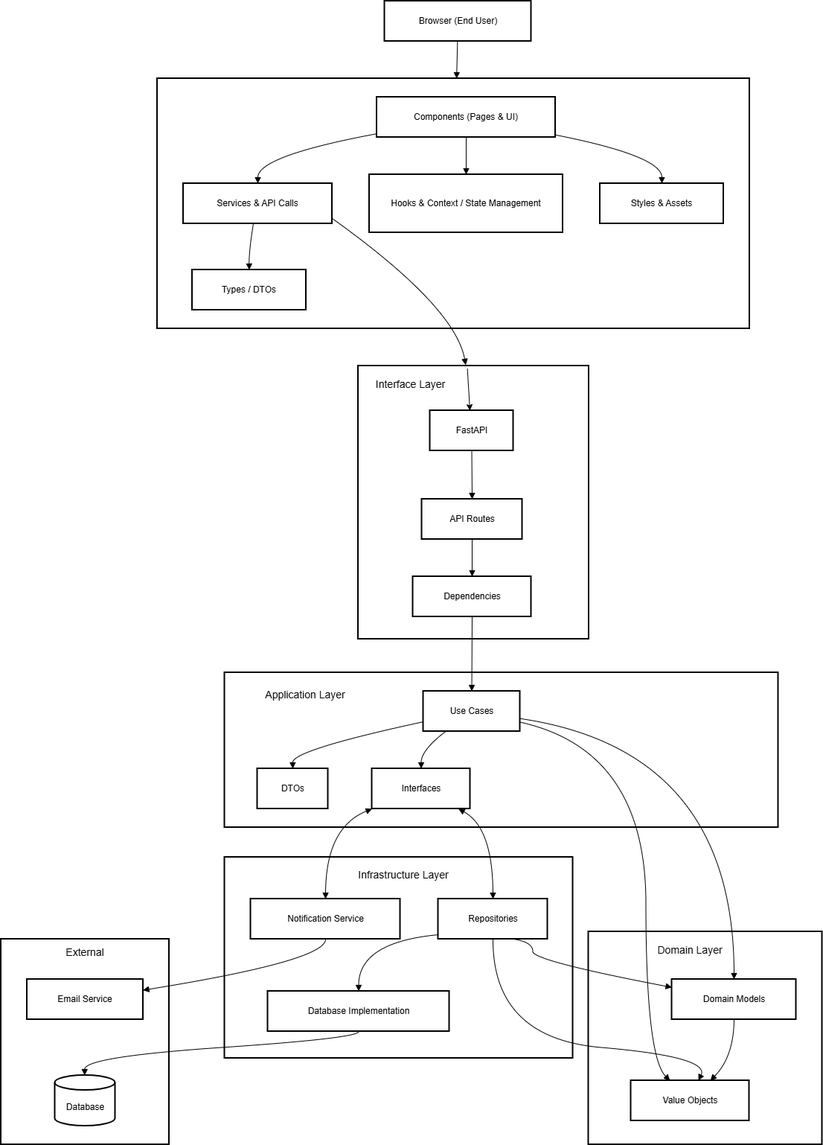
python-projects-fernando/ScheduleFlow keeps this draw.io diagram as docs/diagrams/architecture/scheduleflow-architecture-diagram.png. Above is the earlier version. Source tidied: cells renumbered, new cells last; positions are measured from the earlier drawing's top-left corner, leaving out a move shared by most shapes. Source of this version:
```xml
<mxGraphModel>
  <root>
    <mxCell id="0" />
    <mxCell id="1" parent="0" />
    <mxCell id="2" value="Frontend Application (React + Vite + TS)" style="whiteSpace=wrap;strokeWidth=2;" parent="1" vertex="1">
      <mxGeometry x="210" y="104" width="796" height="336" as="geometry" />
    </mxCell>
    <mxCell id="3" value="Browser (End User)" style="whiteSpace=wrap;strokeWidth=2;" parent="1" vertex="1">
      <mxGeometry x="515.5" width="197" height="54" as="geometry" />
    </mxCell>
    <mxCell id="4" value="Components (Pages &amp; UI)" style="whiteSpace=wrap;strokeWidth=2;" parent="1" vertex="1">
      <mxGeometry x="505" y="129" width="240" height="54" as="geometry" />
    </mxCell>
    <mxCell id="5" value="Services &amp; API Calls" style="whiteSpace=wrap;strokeWidth=2;" parent="1" vertex="1">
      <mxGeometry x="245" y="245" width="200" height="54" as="geometry" />
    </mxCell>
    <mxCell id="6" value="Hooks &amp; Context / State Management" style="whiteSpace=wrap;strokeWidth=2;" parent="1" vertex="1">
      <mxGeometry x="495" y="233" width="260" height="78" as="geometry" />
    </mxCell>
    <mxCell id="7" value="Types / DTOs" style="whiteSpace=wrap;strokeWidth=2;" parent="1" vertex="1">
      <mxGeometry x="257" y="361" width="153" height="54" as="geometry" />
    </mxCell>
    <mxCell id="8" value="Styles &amp; Assets" style="whiteSpace=wrap;strokeWidth=2;" parent="1" vertex="1">
      <mxGeometry x="805" y="245" width="166" height="54" as="geometry" />
    </mxCell>
    <mxCell id="9" style="curved=1;startArrow=none;endArrow=block;exitX=0;exitY=0.91;entryX=0.5;entryY=0;rounded=0;" parent="1" edge="1" source="4" target="5">
      <mxGeometry relative="1" as="geometry">
        <Array as="points">
          <mxPoint x="345" y="208" />
        </Array>
      </mxGeometry>
    </mxCell>
    <mxCell id="10" style="curved=1;startArrow=none;endArrow=block;exitX=0.5;exitY=1;entryX=0.5;entryY=0;rounded=0;" parent="1" edge="1" source="4" target="6">
      <mxGeometry relative="1" as="geometry" />
    </mxCell>
    <mxCell id="11" style="curved=1;startArrow=none;endArrow=block;exitX=1;exitY=0.94;entryX=0.5;entryY=0;rounded=0;" parent="1" edge="1" source="4" target="8">
      <mxGeometry relative="1" as="geometry">
        <Array as="points">
          <mxPoint x="888" y="208" />
        </Array>
      </mxGeometry>
    </mxCell>
    <mxCell id="12" style="curved=1;startArrow=none;endArrow=block;exitX=0.47;exitY=1;entryX=0.5;entryY=0;rounded=0;" parent="1" edge="1" source="5" target="7">
      <mxGeometry relative="1" as="geometry">
        <Array as="points">
          <mxPoint x="333" y="336" />
        </Array>
      </mxGeometry>
    </mxCell>
    <mxCell id="13" style="curved=1;startArrow=none;endArrow=block;exitX=1;exitY=0.87;rounded=0;entryX=0.466;entryY=-0.003;entryDx=0;entryDy=0;entryPerimeter=0;" parent="1" edge="1" source="5" target="18">
      <mxGeometry relative="1" as="geometry">
        <Array as="points">
          <mxPoint x="610" y="410" />
        </Array>
      </mxGeometry>
    </mxCell>
    <mxCell id="14" style="curved=1;startArrow=none;endArrow=block;rounded=0;" parent="1" edge="1" source="3" target="2">
      <mxGeometry relative="1" as="geometry" />
    </mxCell>
    <mxCell id="15" style="whiteSpace=wrap;strokeWidth=2;" parent="1" vertex="1">
      <mxGeometry x="789.5" y="1250" width="314" height="286" as="geometry" />
    </mxCell>
    <mxCell id="16" style="whiteSpace=wrap;strokeWidth=2;" parent="1" vertex="1">
      <mxGeometry x="300.5" y="1150" width="468" height="270" as="geometry" />
    </mxCell>
    <mxCell id="17" style="whiteSpace=wrap;strokeWidth=2;" parent="1" vertex="1">
      <mxGeometry x="300.5" y="902" width="744" height="208" as="geometry" />
    </mxCell>
    <mxCell id="18" value="Interface Layer" style="whiteSpace=wrap;strokeWidth=2;" parent="1" vertex="1">
      <mxGeometry x="480" y="490" width="310" height="367" as="geometry" />
    </mxCell>
    <mxCell id="19" style="whiteSpace=wrap;strokeWidth=2;" parent="1" vertex="1">
      <mxGeometry y="1260" width="226" height="276" as="geometry" />
    </mxCell>
    <mxCell id="20" value="Database" style="shape=cylinder3;boundedLbl=1;backgroundOutline=1;size=10;strokeWidth=2;whiteSpace=wrap;" parent="1" vertex="1">
      <mxGeometry x="72.5" y="1443" width="81" height="68" as="geometry" />
    </mxCell>
    <mxCell id="21" value="Email Service" style="whiteSpace=wrap;strokeWidth=2;" parent="1" vertex="1">
      <mxGeometry x="35" y="1314" width="156" height="54" as="geometry" />
    </mxCell>
    <mxCell id="22" value="FastAPI" style="whiteSpace=wrap;strokeWidth=2;" parent="1" vertex="1">
      <mxGeometry x="576.5" y="550" width="112" height="54" as="geometry" />
    </mxCell>
    <mxCell id="23" value="API Routes" style="whiteSpace=wrap;strokeWidth=2;" parent="1" vertex="1">
      <mxGeometry x="565.5" y="669" width="135" height="54" as="geometry" />
    </mxCell>
    <mxCell id="24" value="Dependencies" style="whiteSpace=wrap;strokeWidth=2;" parent="1" vertex="1">
      <mxGeometry x="553.5" y="773" width="159" height="54" as="geometry" />
    </mxCell>
    <mxCell id="25" value="Use Cases" style="whiteSpace=wrap;strokeWidth=2;" parent="1" vertex="1">
      <mxGeometry x="567.5" y="927" width="130" height="54" as="geometry" />
    </mxCell>
    <mxCell id="26" value="DTOs" style="whiteSpace=wrap;strokeWidth=2;" parent="1" vertex="1">
      <mxGeometry x="344.5" y="1031" width="95" height="54" as="geometry" />
    </mxCell>
    <mxCell id="27" value="Interfaces" style="whiteSpace=wrap;strokeWidth=2;" parent="1" vertex="1">
      <mxGeometry x="498.5" y="1031" width="132" height="54" as="geometry" />
    </mxCell>
    <mxCell id="28" value="Repositories" style="whiteSpace=wrap;strokeWidth=2;" parent="1" vertex="1">
      <mxGeometry x="587.5" y="1206" width="147" height="54" as="geometry" />
    </mxCell>
    <mxCell id="29" value="Database Implementation" style="whiteSpace=wrap;strokeWidth=2;" parent="1" vertex="1">
      <mxGeometry x="358.5" y="1330" width="244" height="54" as="geometry" />
    </mxCell>
    <mxCell id="30" value="Notification Service" style="whiteSpace=wrap;strokeWidth=2;" parent="1" vertex="1">
      <mxGeometry x="335.5" y="1206" width="201" height="54" as="geometry" />
    </mxCell>
    <mxCell id="31" value="Domain Models" style="whiteSpace=wrap;strokeWidth=2;" parent="1" vertex="1">
      <mxGeometry x="901.5" y="1314" width="167" height="54" as="geometry" />
    </mxCell>
    <mxCell id="32" value="Value Objects" style="whiteSpace=wrap;strokeWidth=2;" parent="1" vertex="1">
      <mxGeometry x="846.5" y="1450" width="159" height="54" as="geometry" />
    </mxCell>
    <mxCell id="33" style="curved=1;startArrow=none;endArrow=block;exitX=0.5;exitY=1;entryX=0.5;entryY=0;rounded=0;" parent="1" edge="1" source="22" target="23">
      <mxGeometry relative="1" as="geometry" />
    </mxCell>
    <mxCell id="34" style="curved=1;startArrow=none;endArrow=block;exitX=0.5;exitY=1;entryX=0.5;entryY=0;rounded=0;" parent="1" edge="1" source="23" target="24">
      <mxGeometry relative="1" as="geometry" />
    </mxCell>
    <mxCell id="35" style="curved=1;startArrow=none;endArrow=block;exitX=0.5;exitY=1;entryX=0.5;entryY=0;rounded=0;" parent="1" edge="1" source="24" target="25">
      <mxGeometry relative="1" as="geometry" />
    </mxCell>
    <mxCell id="36" style="curved=1;startArrow=none;endArrow=block;exitX=0;exitY=0.76;entryX=0.5;entryY=0;rounded=0;" parent="1" edge="1" source="25" target="26">
      <mxGeometry relative="1" as="geometry">
        <Array as="points">
          <mxPoint x="391.5" y="1006" />
        </Array>
      </mxGeometry>
    </mxCell>
    <mxCell id="37" style="curved=1;startArrow=none;endArrow=block;exitX=0.23;exitY=1;entryX=0.5;entryY=0;rounded=0;" parent="1" edge="1" source="25" target="27">
      <mxGeometry relative="1" as="geometry">
        <Array as="points">
          <mxPoint x="564.5" y="1006" />
        </Array>
      </mxGeometry>
    </mxCell>
    <mxCell id="38" style="curved=1;startArrow=block;endArrow=block;exitX=0.88;exitY=1;entryX=0.5;entryY=0;rounded=0;" parent="1" edge="1" source="27" target="28">
      <mxGeometry relative="1" as="geometry">
        <Array as="points">
          <mxPoint x="660.5" y="1110" />
        </Array>
      </mxGeometry>
    </mxCell>
    <mxCell id="39" style="curved=1;startArrow=block;endArrow=block;exitX=0;exitY=1;entryX=0.5;entryY=0;rounded=0;" parent="1" edge="1" source="27" target="30">
      <mxGeometry relative="1" as="geometry">
        <Array as="points">
          <mxPoint x="436.5" y="1110" />
        </Array>
      </mxGeometry>
    </mxCell>
    <mxCell id="40" style="curved=1;startArrow=none;endArrow=block;exitX=0;exitY=0.89;entryX=0.5;entryY=0;rounded=0;" parent="1" edge="1" source="28" target="29">
      <mxGeometry relative="1" as="geometry">
        <Array as="points">
          <mxPoint x="480.5" y="1264" />
        </Array>
      </mxGeometry>
    </mxCell>
    <mxCell id="41" style="curved=1;startArrow=none;endArrow=block;exitX=0.5;exitY=1;entryX=0.49;entryY=0;rounded=0;" parent="1" edge="1" source="29" target="20">
      <mxGeometry relative="1" as="geometry">
        <Array as="points">
          <mxPoint x="480.5" y="1393" />
          <mxPoint x="112.5" y="1418" />
        </Array>
      </mxGeometry>
    </mxCell>
    <mxCell id="42" style="curved=1;startArrow=none;endArrow=block;exitX=0.5;exitY=1;entryX=1;entryY=0.27;rounded=0;" parent="1" edge="1" source="30">
      <mxGeometry relative="1" as="geometry">
        <mxPoint x="190.5" y="1328.6" as="targetPoint" />
        <Array as="points">
          <mxPoint x="436.5" y="1289" />
        </Array>
      </mxGeometry>
    </mxCell>
    <mxCell id="43" style="curved=1;startArrow=none;endArrow=block;exitX=1;exitY=0.68;entryX=0.5;entryY=0;rounded=0;" parent="1" edge="1" source="25" target="31">
      <mxGeometry relative="1" as="geometry">
        <Array as="points">
          <mxPoint x="984.5" y="1006" />
        </Array>
      </mxGeometry>
    </mxCell>
    <mxCell id="44" style="curved=1;startArrow=none;endArrow=block;exitX=1;exitY=0.77;entryX=0.33;entryY=0;rounded=0;" parent="1" edge="1" source="25" target="32">
      <mxGeometry relative="1" as="geometry">
        <Array as="points">
          <mxPoint x="866.5" y="1006" />
          <mxPoint x="866.5" y="1418" />
        </Array>
      </mxGeometry>
    </mxCell>
    <mxCell id="45" style="curved=1;startArrow=none;endArrow=block;exitX=0.69;exitY=1;entryX=0;entryY=0.2;rounded=0;" parent="1" edge="1" source="28" target="31">
      <mxGeometry relative="1" as="geometry">
        <Array as="points">
          <mxPoint x="714.5" y="1264" />
          <mxPoint x="714.5" y="1289" />
        </Array>
      </mxGeometry>
    </mxCell>
    <mxCell id="46" style="curved=1;startArrow=none;endArrow=block;exitX=0.5;exitY=1;entryX=0.57;entryY=0;rounded=0;" parent="1" edge="1" source="28" target="32">
      <mxGeometry relative="1" as="geometry">
        <Array as="points">
          <mxPoint x="660.5" y="1393" />
          <mxPoint x="952.5" y="1418" />
        </Array>
      </mxGeometry>
    </mxCell>
    <mxCell id="47" style="curved=1;startArrow=none;endArrow=block;exitX=0.5;exitY=1;entryX=0.67;entryY=0;rounded=0;" parent="1" edge="1" source="31" target="32">
      <mxGeometry relative="1" as="geometry">
        <Array as="points">
          <mxPoint x="984.5" y="1418" />
        </Array>
      </mxGeometry>
    </mxCell>
    <mxCell id="48" value="&lt;font style=&quot;font-size: 14px;&quot;&gt;External&lt;/font&gt;&lt;div&gt;&lt;br&gt;&lt;/div&gt;" style="text;html=1;whiteSpace=wrap;strokeColor=none;fillColor=none;align=center;verticalAlign=middle;rounded=0;" parent="1" vertex="1">
      <mxGeometry x="83" y="1270" width="60" height="30" as="geometry" />
    </mxCell>
    <mxCell id="49" style="endArrow=classic;html=1;rounded=0;exitX=0.473;exitY=0.01;exitDx=0;exitDy=0;exitPerimeter=0;" parent="1" edge="1" source="18">
      <mxGeometry relative="1" as="geometry">
        <mxPoint x="630" y="550" as="targetPoint" />
      </mxGeometry>
    </mxCell>
    <mxCell id="50" value="&amp;nbsp; &amp;nbsp; &amp;nbsp; &amp;nbsp; &amp;nbsp; &amp;nbsp; &amp;nbsp; &amp;nbsp; &amp;nbsp; Infrastructure Layer" style="text;html=1;whiteSpace=wrap;strokeColor=none;fillColor=none;align=center;verticalAlign=middle;rounded=0;fontSize=14;" parent="1" vertex="1">
      <mxGeometry x="470" y="1150" width="142" height="30" as="geometry" />
    </mxCell>
    <mxCell id="51" value="Application Layer" style="text;html=1;whiteSpace=wrap;strokeColor=none;fillColor=none;align=center;verticalAlign=middle;rounded=0;fontSize=14;" parent="1" vertex="1">
      <mxGeometry x="335.5" y="927" width="145.5" height="10" as="geometry" />
    </mxCell>
    <mxCell id="52" value="Interface Layer" style="text;html=1;whiteSpace=wrap;strokeColor=none;fillColor=none;align=center;verticalAlign=middle;rounded=0;fontSize=14;" parent="1" vertex="1">
      <mxGeometry x="481" y="510" width="139" height="10" as="geometry" />
    </mxCell>
    <mxCell id="53" value="Domain Layer" style="text;html=1;whiteSpace=wrap;strokeColor=none;fillColor=none;align=center;verticalAlign=middle;rounded=0;fontSize=14;" parent="1" vertex="1">
      <mxGeometry x="855" y="1260" width="142" height="30" as="geometry" />
    </mxCell>
  </root>
</mxGraphModel>
```
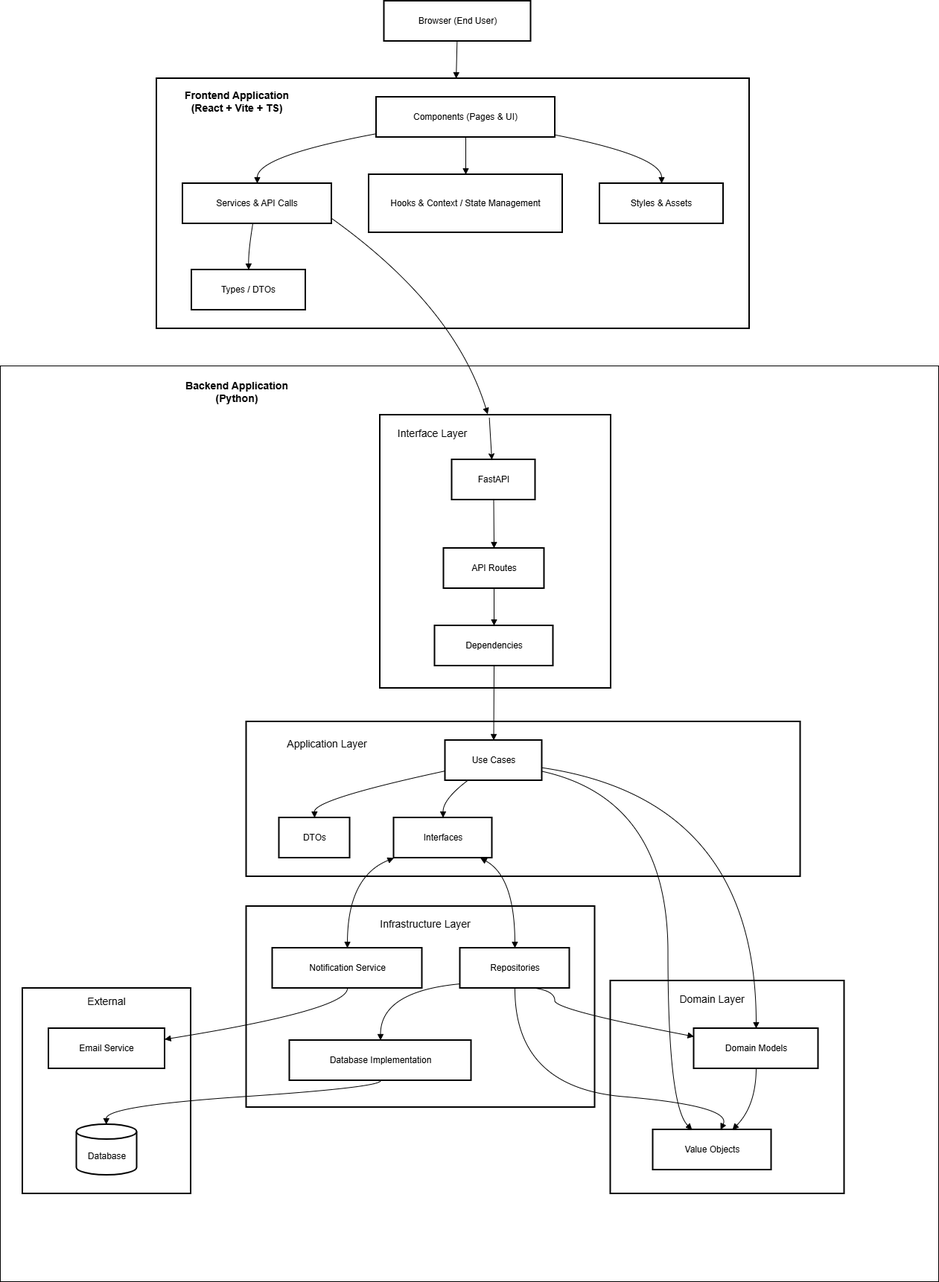
The same diagram one commit later.

Commit message:
docs: Update README with demo link credentials and refine architecture diagrams

What changed in the source:
```diff
@@ -2,31 +2,34 @@
   <root>
     <mxCell id="0" />
     <mxCell id="1" parent="0" />
+    <mxCell id="54" style="rounded=0;whiteSpace=wrap;html=1;" parent="1" vertex="1">
+      <mxGeometry x="-30" y="424" width="1260" height="1230" as="geometry" />
+    </mxCell>
     <mxCell id="2" value="Frontend Application (React + Vite + TS)" style="whiteSpace=wrap;strokeWidth=2;" parent="1" vertex="1">
-      <mxGeometry x="210" y="104" width="796" height="336" as="geometry" />
+      <mxGeometry x="180" y="38" width="796" height="336" as="geometry" />
     </mxCell>
     <mxCell id="3" value="Browser (End User)" style="whiteSpace=wrap;strokeWidth=2;" parent="1" vertex="1">
-      <mxGeometry x="515.5" width="197" height="54" as="geometry" />
+      <mxGeometry x="485.5" y="-66" width="197" height="54" as="geometry" />
     </mxCell>
     <mxCell id="4" value="Components (Pages &amp; UI)" style="whiteSpace=wrap;strokeWidth=2;" parent="1" vertex="1">
-      <mxGeometry x="505" y="129" width="240" height="54" as="geometry" />
+      <mxGeometry x="475" y="63" width="240" height="54" as="geometry" />
     </mxCell>
     <mxCell id="5" value="Services &amp; API Calls" style="whiteSpace=wrap;strokeWidth=2;" parent="1" vertex="1">
-      <mxGeometry x="245" y="245" width="200" height="54" as="geometry" />
+      <mxGeometry x="215" y="179" width="200" height="54" as="geometry" />
     </mxCell>
     <mxCell id="6" value="Hooks &amp; Context / State Management" style="whiteSpace=wrap;strokeWidth=2;" parent="1" vertex="1">
-      <mxGeometry x="495" y="233" width="260" height="78" as="geometry" />
+      <mxGeometry x="465" y="167" width="260" height="78" as="geometry" />
     </mxCell>
     <mxCell id="7" value="Types / DTOs" style="whiteSpace=wrap;strokeWidth=2;" parent="1" vertex="1">
-      <mxGeometry x="257" y="361" width="153" height="54" as="geometry" />
+      <mxGeometry x="227" y="295" width="153" height="54" as="geometry" />
     </mxCell>
     <mxCell id="8" value="Styles &amp; Assets" style="whiteSpace=wrap;strokeWidth=2;" parent="1" vertex="1">
-      <mxGeometry x="805" y="245" width="166" height="54" as="geometry" />
+      <mxGeometry x="775" y="179" width="166" height="54" as="geometry" />
     </mxCell>
     <mxCell id="9" style="curved=1;startArrow=none;endArrow=block;exitX=0;exitY=0.91;entryX=0.5;entryY=0;rounded=0;" parent="1" edge="1" source="4" target="5">
       <mxGeometry relative="1" as="geometry">
         <Array as="points">
-          <mxPoint x="345" y="208" />
+          <mxPoint x="315" y="142" />
         </Array>
       </mxGeometry>
     </mxCell>
@@ -36,21 +39,21 @@
     <mxCell id="11" style="curved=1;startArrow=none;endArrow=block;exitX=1;exitY=0.94;entryX=0.5;entryY=0;rounded=0;" parent="1" edge="1" source="4" target="8">
       <mxGeometry relative="1" as="geometry">
         <Array as="points">
-          <mxPoint x="888" y="208" />
+          <mxPoint x="858" y="142" />
         </Array>
       </mxGeometry>
     </mxCell>
     <mxCell id="12" style="curved=1;startArrow=none;endArrow=block;exitX=0.47;exitY=1;entryX=0.5;entryY=0;rounded=0;" parent="1" edge="1" source="5" target="7">
       <mxGeometry relative="1" as="geometry">
         <Array as="points">
-          <mxPoint x="333" y="336" />
+          <mxPoint x="303" y="270" />
         </Array>
       </mxGeometry>
     </mxCell>
     <mxCell id="13" style="curved=1;startArrow=none;endArrow=block;exitX=1;exitY=0.87;rounded=0;entryX=0.466;entryY=-0.003;entryDx=0;entryDy=0;entryPerimeter=0;" parent="1" edge="1" source="5" target="18">
       <mxGeometry relative="1" as="geometry">
         <Array as="points">
-          <mxPoint x="610" y="410" />
+          <mxPoint x="580" y="344" />
         </Array>
       </mxGeometry>
     </mxCell>
@@ -229,5 +232,11 @@
     <mxCell id="53" value="Domain Layer" style="text;html=1;whiteSpace=wrap;strokeColor=none;fillColor=none;align=center;verticalAlign=middle;rounded=0;fontSize=14;" parent="1" vertex="1">
       <mxGeometry x="855" y="1260" width="142" height="30" as="geometry" />
     </mxCell>
+    <mxCell id="55" value="&lt;font style=&quot;font-size: 14px;&quot;&gt;&lt;b&gt;Frontend Application&lt;/b&gt;&lt;/font&gt;&lt;div&gt;&lt;font style=&quot;font-size: 14px;&quot;&gt;&lt;b&gt;(React + Vite + TS&lt;span style=&quot;background-color: transparent; color: light-dark(rgb(0, 0, 0), rgb(255, 255, 255));&quot;&gt;)&lt;/span&gt;&lt;/b&gt;&lt;/font&gt;&lt;/div&gt;" style="text;html=1;whiteSpace=wrap;strokeColor=none;fillColor=none;align=center;verticalAlign=middle;rounded=0;" parent="1" vertex="1">
+      <mxGeometry x="196" y="54" width="184" height="30" as="geometry" />
+    </mxCell>
+    <mxCell id="56" value="&lt;span style=&quot;font-size: 14px;&quot;&gt;&lt;b&gt;Backend Application&lt;/b&gt;&lt;/span&gt;&lt;div&gt;&lt;span style=&quot;font-size: 14px;&quot;&gt;&lt;b&gt;(Python&lt;/b&gt;&lt;/span&gt;&lt;b style=&quot;font-size: 14px; background-color: transparent; color: light-dark(rgb(0, 0, 0), rgb(255, 255, 255));&quot;&gt;)&lt;/b&gt;&lt;/div&gt;" style="text;html=1;whiteSpace=wrap;strokeColor=none;fillColor=none;align=center;verticalAlign=middle;rounded=0;" parent="1" vertex="1">
+      <mxGeometry x="196" y="444" width="184" height="30" as="geometry" />
+    </mxCell>
   </root>
 </mxGraphModel>
```
